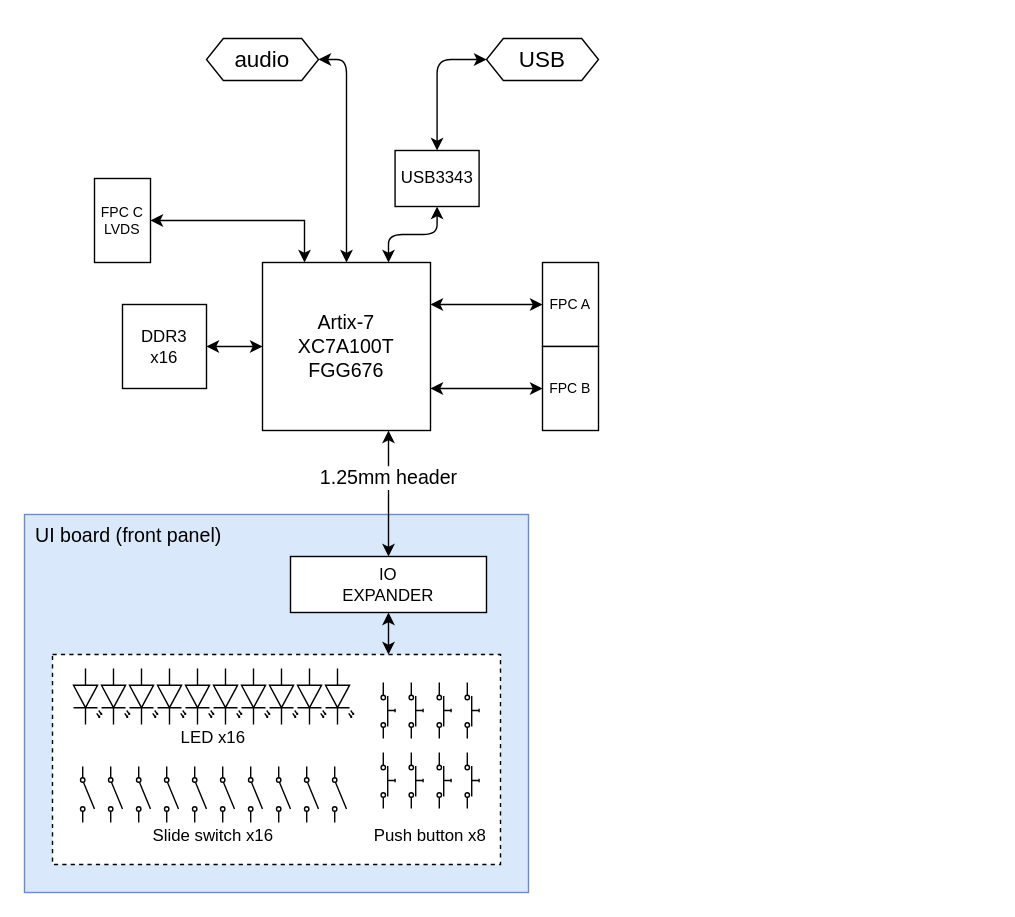
This is diagrams/artix_baseboard.drawio from gabriel-tenma-white/sdr6, a draw.io file, before an edit. Source tidied: cells renumbered, new cells numbered last; positions are measured from the earlier drawing's top-left corner, leaving out a move shared by most shapes. Both pictures are drawn from the tidied source at 140%, with x=0, y=0 at pixel (24, 38).
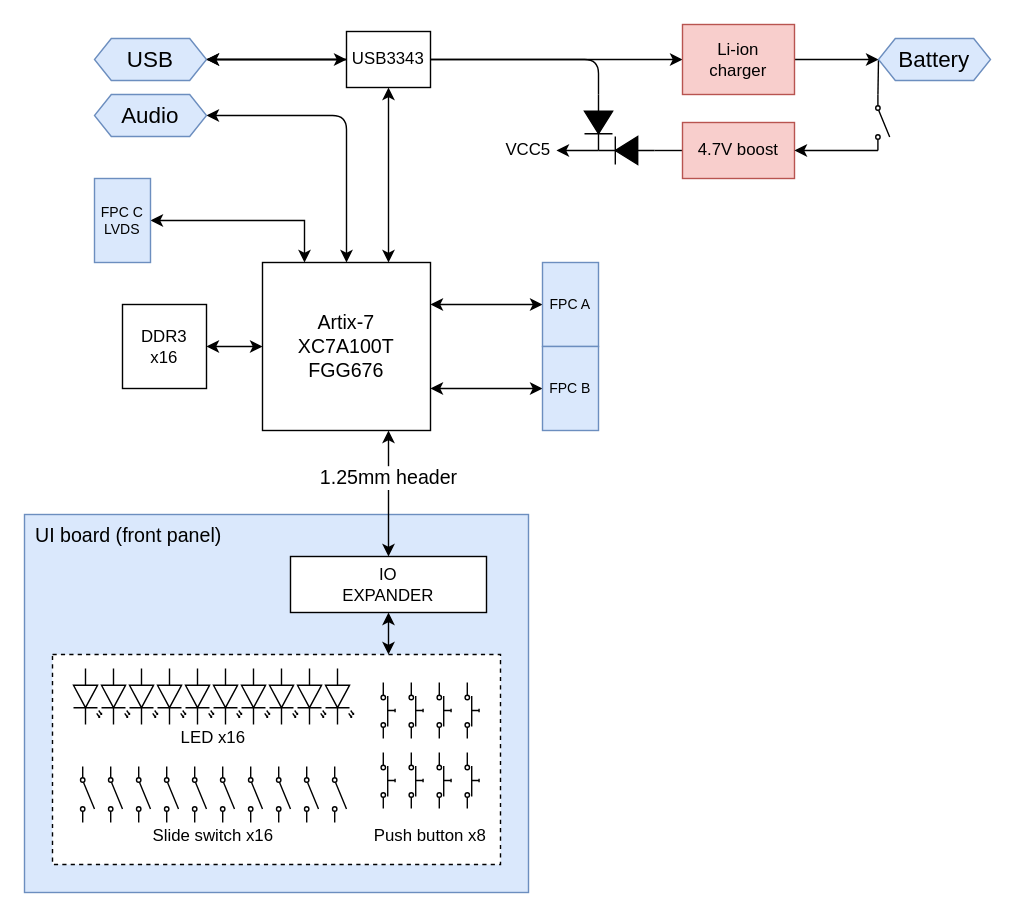
The same diagram, later.

Commit message (it also covers changes not shown here):
artix_baseboard wip

Unchanged cells that the change refers to:
```xml
<mxCell id="8" value="Artix-7&lt;br style=&quot;font-size: 14px;&quot;&gt;XC7A100T&lt;br style=&quot;font-size: 14px;&quot;&gt;FGG676" style="rounded=0;whiteSpace=wrap;html=1;fontSize=14;" parent="1" vertex="1">
  <mxGeometry x="170" y="160" width="120" height="120" as="geometry" />
</mxCell>
```

Diff of the diagram source:
```diff
@@
     <mxCell id="6" style="edgeStyle=elbowEdgeStyle;rounded=1;jettySize=auto;elbow=vertical;html=1;exitX=0.5;exitY=0;exitDx=0;exitDy=0;entryX=1;entryY=0.5;entryDx=0;entryDy=0;startArrow=classic;startFill=1;fontSize=12;" parent="1" edge="1" source="8" target="54">
       <mxGeometry relative="1" as="geometry">
         <Array as="points">
+          <mxPoint x="180" y="55" />
           <mxPoint x="220" y="15" />
         </Array>
       </mxGeometry>
     </mxCell>
@@
-    <mxCell id="10" value="FPC A" style="rounded=0;whiteSpace=wrap;html=1;fontSize=10;align=center;" parent="1" vertex="1">
+    <mxCell id="10" value="FPC A" style="rounded=0;whiteSpace=wrap;html=1;fontSize=10;align=center;fillColor=#dae8fc;strokeColor=#6c8ebf;" parent="1" vertex="1">
       <mxGeometry x="370" y="160" width="40" height="60" as="geometry" />
     </mxCell>
-    <mxCell id="11" value="FPC B" style="rounded=0;whiteSpace=wrap;html=1;fontSize=10;align=center;" parent="1" vertex="1">
+    <mxCell id="11" value="FPC B" style="rounded=0;whiteSpace=wrap;html=1;fontSize=10;align=center;fillColor=#dae8fc;strokeColor=#6c8ebf;" parent="1" vertex="1">
       <mxGeometry x="370" y="220" width="40" height="60" as="geometry" />
     </mxCell>
-    <mxCell id="12" value="FPC C&lt;br&gt;LVDS" style="rounded=0;whiteSpace=wrap;html=1;fontSize=10;align=center;" parent="1" vertex="1">
+    <mxCell id="12" value="FPC C&lt;br&gt;LVDS" style="rounded=0;whiteSpace=wrap;html=1;fontSize=10;align=center;fillColor=#dae8fc;strokeColor=#6c8ebf;" parent="1" vertex="1">
       <mxGeometry x="50" y="100" width="40" height="60" as="geometry" />
     </mxCell>
@@
-    <mxCell id="54" value="audio" style="shape=hexagon;perimeter=hexagonPerimeter2;whiteSpace=wrap;html=1;fontSize=16;size=0.15;" parent="1" vertex="1">
-      <mxGeometry x="130" width="80" height="30" as="geometry" />
+    <mxCell id="54" value="Audio" style="shape=hexagon;perimeter=hexagonPerimeter2;whiteSpace=wrap;html=1;fontSize=16;size=0.15;fillColor=#dae8fc;strokeColor=#6c8ebf;" parent="1" vertex="1">
+      <mxGeometry x="50" y="40" width="80" height="30" as="geometry" />
     </mxCell>
+    <mxCell id="58" style="rounded=1;jettySize=auto;elbow=vertical;html=1;exitX=1;exitY=0.5;exitDx=0;exitDy=0;entryX=0;entryY=0.5;entryDx=0;entryDy=0;startArrow=classic;startFill=1;fontSize=12;" parent="1" edge="1" source="55" target="61">
+      <mxGeometry relative="1" as="geometry" />
+    </mxCell>
+    <mxCell id="59" style="edgeStyle=elbowEdgeStyle;rounded=1;jettySize=auto;elbow=vertical;html=1;exitX=1;exitY=0.5;exitDx=0;exitDy=0;entryX=0;entryY=0.5;entryDx=0;entryDy=0;entryPerimeter=0;startArrow=none;startFill=0;fontSize=12;endArrow=none;endFill=0;" parent="1" edge="1" source="55" target="66">
+      <mxGeometry relative="1" as="geometry">
+        <Array as="points">
+          <mxPoint x="380" y="15" />
+        </Array>
+      </mxGeometry>
+    </mxCell>
-    <mxCell id="55" value="USB" style="shape=hexagon;perimeter=hexagonPerimeter2;whiteSpace=wrap;html=1;fontSize=16;size=0.15;" parent="1" vertex="1">
-      <mxGeometry x="330" width="80" height="30" as="geometry" />
+    <mxCell id="55" value="USB" style="shape=hexagon;perimeter=hexagonPerimeter2;whiteSpace=wrap;html=1;fontSize=16;size=0.15;fillColor=#dae8fc;strokeColor=#6c8ebf;" parent="1" vertex="1">
+      <mxGeometry x="50" width="80" height="30" as="geometry" />
     </mxCell>
-    <mxCell id="56" style="edgeStyle=elbowEdgeStyle;rounded=1;jettySize=auto;elbow=vertical;html=1;exitX=0.5;exitY=0;exitDx=0;exitDy=0;entryX=0;entryY=0.5;entryDx=0;entryDy=0;startArrow=classic;startFill=1;fontSize=12;" parent="1" edge="1" source="57" target="55">
-      <mxGeometry relative="1" as="geometry">
-        <Array as="points">
-          <mxPoint x="310" y="15" />
-        </Array>
-      </mxGeometry>
+    <mxCell id="56" style="rounded=1;jettySize=auto;elbow=vertical;html=1;exitX=0;exitY=0.5;exitDx=0;exitDy=0;startArrow=classic;startFill=1;fontSize=12;" parent="1" edge="1" source="57" target="55">
+      <mxGeometry relative="1" as="geometry" />
     </mxCell>
     <mxCell id="57" value="USB3343" style="rounded=0;whiteSpace=wrap;html=1;fontSize=12;align=center;" parent="1" vertex="1">
-      <mxGeometry x="264.7" y="80" width="60" height="40" as="geometry" />
+      <mxGeometry x="230" y="-5" width="60" height="40" as="geometry" />
     </mxCell>
+    <mxCell id="60" style="edgeStyle=none;rounded=1;jettySize=auto;html=1;exitX=1;exitY=0.5;exitDx=0;exitDy=0;entryX=0;entryY=0.5;entryDx=0;entryDy=0;startArrow=none;startFill=0;fontSize=12;" parent="1" edge="1" source="61" target="63">
+      <mxGeometry relative="1" as="geometry" />
+    </mxCell>
+    <mxCell id="61" value="Li-ion&lt;br&gt;charger" style="rounded=0;whiteSpace=wrap;html=1;fontSize=12;align=center;fillColor=#f8cecc;strokeColor=#b85450;" parent="1" vertex="1">
+      <mxGeometry x="470" y="-10" width="80" height="50" as="geometry" />
+    </mxCell>
+    <mxCell id="62" style="rounded=1;jettySize=auto;elbow=vertical;html=1;exitX=0;exitY=0.5;exitDx=0;exitDy=0;entryX=0;entryY=0.84;entryDx=0;entryDy=0;entryPerimeter=0;startArrow=none;startFill=0;endArrow=none;endFill=0;fontSize=12;" parent="1" edge="1" source="63" target="71">
+      <mxGeometry relative="1" as="geometry" />
+    </mxCell>
+    <mxCell id="63" value="Battery" style="shape=hexagon;perimeter=hexagonPerimeter2;whiteSpace=wrap;html=1;fontSize=16;size=0.15;fillColor=#dae8fc;strokeColor=#6c8ebf;" parent="1" vertex="1">
+      <mxGeometry x="610" width="80" height="30" as="geometry" />
+    </mxCell>
+    <mxCell id="64" style="edgeStyle=elbowEdgeStyle;rounded=1;jettySize=auto;elbow=vertical;html=1;exitX=0;exitY=0.5;exitDx=0;exitDy=0;entryX=0;entryY=0.5;entryDx=0;entryDy=0;entryPerimeter=0;startArrow=none;startFill=0;endArrow=none;endFill=0;fontSize=12;" parent="1" edge="1" source="65" target="68">
+      <mxGeometry relative="1" as="geometry">
+        <Array as="points">
+          <mxPoint x="460" y="80" />
+          <mxPoint x="450" y="30" />
+        </Array>
+      </mxGeometry>
+    </mxCell>
+    <mxCell id="65" value="4.7V boost" style="rounded=0;whiteSpace=wrap;html=1;fontSize=12;align=center;fillColor=#f8cecc;strokeColor=#b85450;" parent="1" vertex="1">
+      <mxGeometry x="470" y="60" width="80" height="40" as="geometry" />
+    </mxCell>
+    <mxCell id="66" style="fillColor=#000000;verticalLabelPosition=bottom;shadow=0;dashed=0;align=center;html=1;verticalAlign=top;shape=mxgraph.electrical.diodes.diode;fontSize=12;direction=south;" parent="1" vertex="1">
+      <mxGeometry x="400" y="40" width="20" height="40" as="geometry" />
+    </mxCell>
+    <mxCell id="67" style="edgeStyle=elbowEdgeStyle;rounded=1;jettySize=auto;elbow=vertical;html=1;exitX=1;exitY=0.5;exitDx=0;exitDy=0;exitPerimeter=0;entryX=1;entryY=0.5;entryDx=0;entryDy=0;startArrow=none;startFill=0;fontSize=12;" parent="1" edge="1" source="68" target="69">
+      <mxGeometry relative="1" as="geometry" />
+    </mxCell>
+    <mxCell id="68" style="fillColor=#000000;verticalLabelPosition=bottom;shadow=0;dashed=0;align=center;html=1;verticalAlign=top;shape=mxgraph.electrical.diodes.diode;fontSize=12;direction=west;" parent="1" vertex="1">
+      <mxGeometry x="410" y="70" width="40" height="20" as="geometry" />
+    </mxCell>
+    <mxCell id="69" value="VCC5" style="text;html=1;strokeColor=none;fillColor=none;align=center;verticalAlign=middle;whiteSpace=wrap;rounded=0;fontSize=12;" parent="1" vertex="1">
+      <mxGeometry x="340" y="70" width="40" height="20" as="geometry" />
+    </mxCell>
+    <mxCell id="70" style="edgeStyle=elbowEdgeStyle;rounded=1;jettySize=auto;elbow=vertical;html=1;exitX=1;exitY=0.84;exitDx=0;exitDy=0;exitPerimeter=0;entryX=1;entryY=0.5;entryDx=0;entryDy=0;startArrow=none;startFill=0;endArrow=classic;endFill=1;fontSize=12;" parent="1" edge="1" source="71" target="65">
+      <mxGeometry relative="1" as="geometry" />
+    </mxCell>
+    <mxCell id="71" style="verticalLabelPosition=bottom;shadow=0;dashed=0;align=center;html=1;verticalAlign=top;shape=mxgraph.electrical.electro-mechanical.simple_switch;fontSize=10;direction=south;" parent="1" vertex="1">
+      <mxGeometry x="608" y="40" width="10" height="40" as="geometry" />
+    </mxCell>
```
